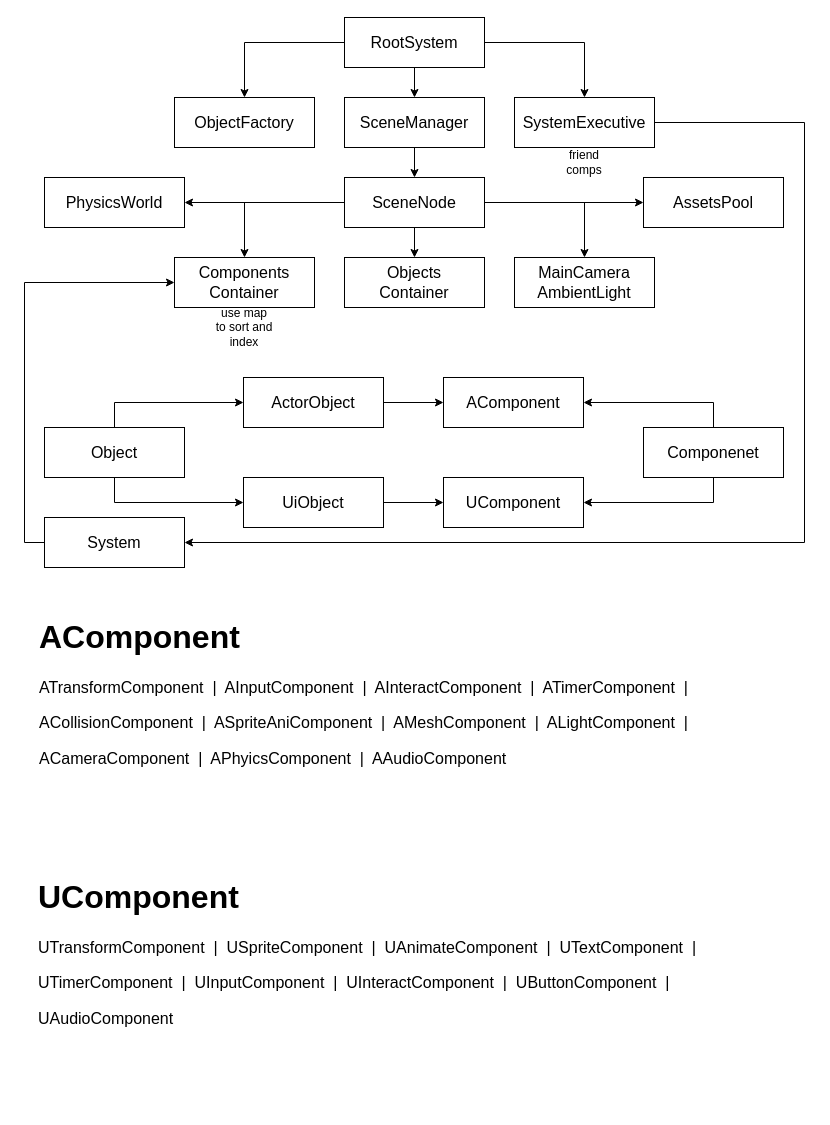
Earlier version of the draw.io diagram page "Overview" (2 of 9) of HycFrame3D.drawio (HIBICUS-CAI/HycFrame3D). Source tidied: cells renumbered, new cells numbered last; positions are measured from the earlier drawing's top-left corner, leaving out a move shared by most shapes. Both pictures are drawn from the tidied source at 100%, with x=0, y=0 at pixel (33, 17).
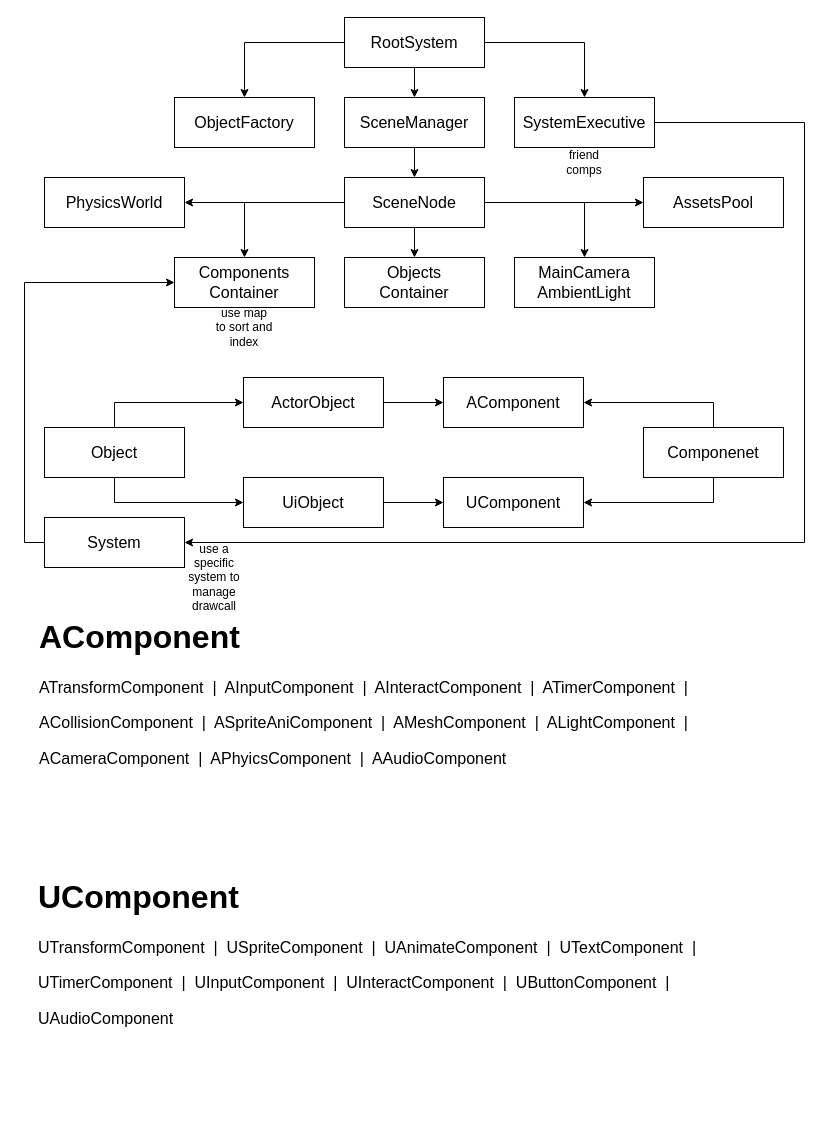
The same diagram, later.

Commit message:
update design, now need to review all of it

Diff of the diagram source:
```diff
@@
+    <mxCell id="40" value="use a specific system to manage drawcall" style="text;html=1;strokeColor=none;fillColor=none;align=center;verticalAlign=middle;whiteSpace=wrap;rounded=0;" parent="1" vertex="1">
+      <mxGeometry x="151" y="540" width="60" height="40" as="geometry" />
+    </mxCell>
```
